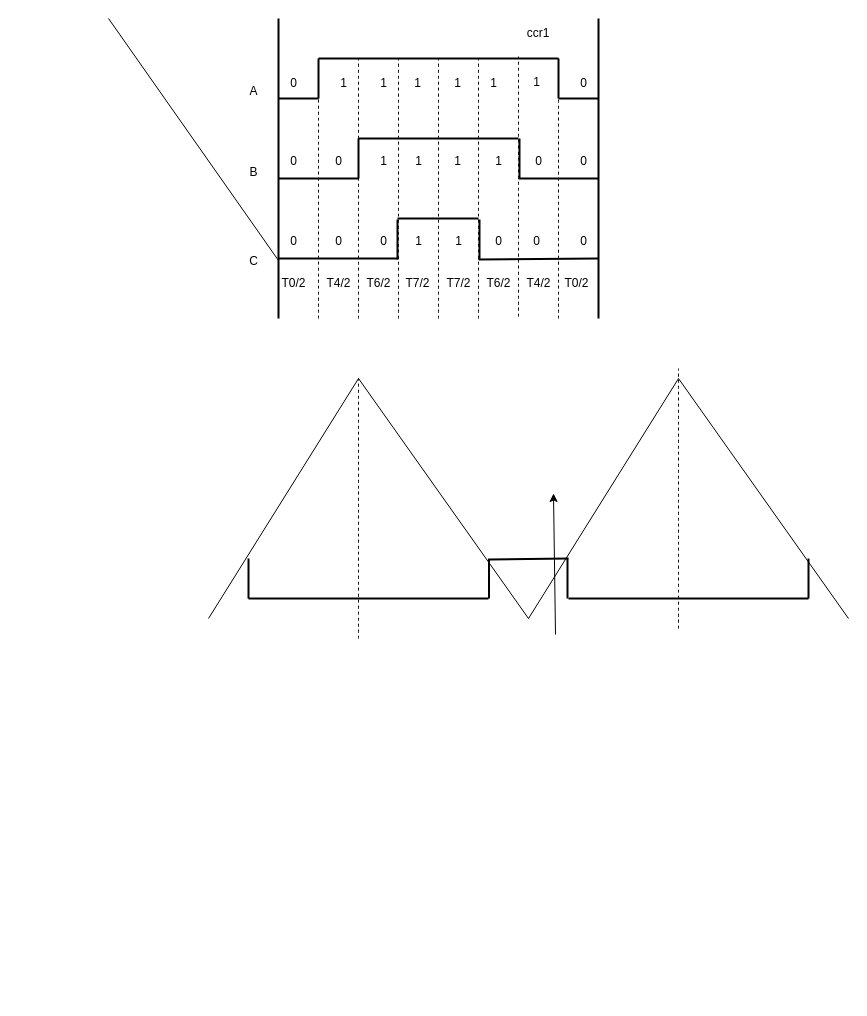
This is page "第 4 页" (4 of 4) of SVPWM 脉冲调制.drawio from Vinson-001/Blog-flow-chart, a draw.io file, before an edit. Source tidied: cells renumbered, new cells numbered last; positions are measured from the earlier drawing's top-left corner, leaving out a move shared by most shapes. Both pictures are drawn from the tidied source at 100%, with x=0, y=0 at pixel (108, 18).
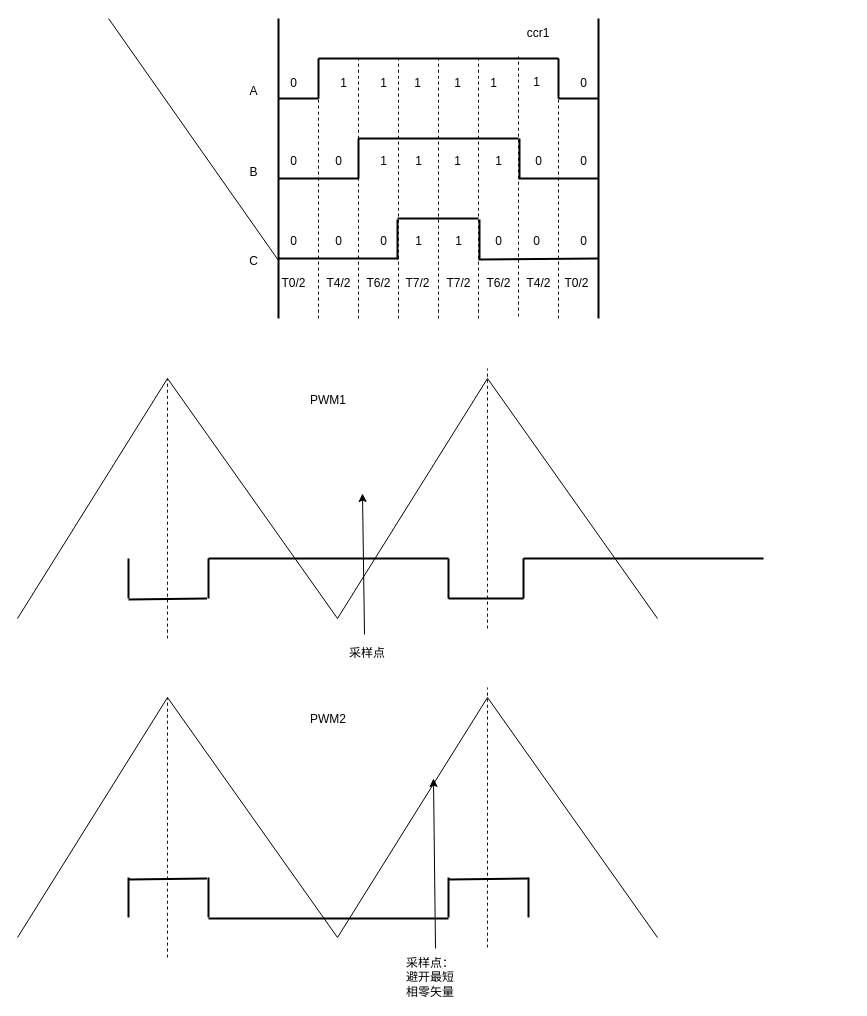
The same page after the edit.

Commit message (it also covers changes not shown here):
更新SVPWM 脉冲调制.drawio

What changed in the source:
```diff
@@
     <mxCell id="61" style="endArrow=none;html=1;rounded=0;" parent="1" edge="1">
       <mxGeometry relative="1" as="geometry">
-        <mxPoint x="100" y="600" as="sourcePoint" />
-        <mxPoint x="250" y="360" as="targetPoint" />
+        <mxPoint x="-91" y="600" as="sourcePoint" />
+        <mxPoint x="59" y="360" as="targetPoint" />
       </mxGeometry>
     </mxCell>
@@
     <mxCell id="64" style="endArrow=none;html=1;rounded=0;" parent="1" edge="1">
       <mxGeometry relative="1" as="geometry">
-        <mxPoint x="420" y="600" as="sourcePoint" />
-        <mxPoint x="250" y="360" as="targetPoint" />
+        <mxPoint x="229" y="600" as="sourcePoint" />
+        <mxPoint x="59" y="360" as="targetPoint" />
       </mxGeometry>
     </mxCell>
     <mxCell id="65" style="endArrow=none;html=1;rounded=0;curved=1;strokeWidth=2;" parent="1" edge="1">
       <mxGeometry relative="1" as="geometry">
-        <mxPoint x="140" y="580" as="sourcePoint" />
-        <mxPoint x="380" y="580" as="targetPoint" />
+        <mxPoint x="100" y="540" as="sourcePoint" />
+        <mxPoint x="340" y="540" as="targetPoint" />
       </mxGeometry>
     </mxCell>
     <mxCell id="66" style="endArrow=none;html=1;rounded=0;curved=1;strokeWidth=2;" parent="1" edge="1">
       <mxGeometry relative="1" as="geometry">
-        <mxPoint x="380.5" y="580" as="sourcePoint" />
-        <mxPoint x="380.5" y="540" as="targetPoint" />
+        <mxPoint x="100" y="580" as="sourcePoint" />
+        <mxPoint x="100" y="540" as="targetPoint" />
       </mxGeometry>
     </mxCell>
     <mxCell id="67" style="endArrow=none;html=1;rounded=0;curved=1;strokeWidth=2;" parent="1" edge="1">
       <mxGeometry relative="1" as="geometry">
-        <mxPoint x="140" y="580" as="sourcePoint" />
-        <mxPoint x="140" y="540" as="targetPoint" />
+        <mxPoint x="20" y="580" as="sourcePoint" />
+        <mxPoint x="20" y="540" as="targetPoint" />
       </mxGeometry>
     </mxCell>
     <mxCell id="68" style="endArrow=none;html=1;rounded=0;curved=1;strokeWidth=2;" parent="1" edge="1">
       <mxGeometry relative="1" as="geometry">
-        <mxPoint x="381.5" y="541" as="sourcePoint" />
-        <mxPoint x="460" y="540" as="targetPoint" />
+        <mxPoint x="20" y="581" as="sourcePoint" />
+        <mxPoint x="98.5" y="580" as="targetPoint" />
       </mxGeometry>
     </mxCell>
     <mxCell id="69" style="endArrow=none;html=1;rounded=0;" parent="1" edge="1">
       <mxGeometry relative="1" as="geometry">
-        <mxPoint x="420" y="600" as="sourcePoint" />
-        <mxPoint x="570" y="360" as="targetPoint" />
+        <mxPoint x="229" y="600" as="sourcePoint" />
+        <mxPoint x="379" y="360" as="targetPoint" />
       </mxGeometry>
     </mxCell>
     <mxCell id="70" style="endArrow=none;html=1;rounded=0;curved=1;strokeWidth=2;" parent="1" edge="1">
       <mxGeometry relative="1" as="geometry">
-        <mxPoint x="459" y="580" as="sourcePoint" />
-        <mxPoint x="459" y="540" as="targetPoint" />
+        <mxPoint x="340" y="580" as="sourcePoint" />
+        <mxPoint x="340" y="540" as="targetPoint" />
       </mxGeometry>
     </mxCell>
     <mxCell id="71" style="endArrow=none;html=1;rounded=0;" parent="1" edge="1">
       <mxGeometry relative="1" as="geometry">
-        <mxPoint x="740" y="600" as="sourcePoint" />
-        <mxPoint x="570" y="360" as="targetPoint" />
+        <mxPoint x="549" y="600" as="sourcePoint" />
+        <mxPoint x="379" y="360" as="targetPoint" />
       </mxGeometry>
     </mxCell>
     <mxCell id="72" style="endArrow=none;html=1;rounded=0;curved=1;strokeWidth=2;" parent="1" edge="1">
       <mxGeometry relative="1" as="geometry">
-        <mxPoint x="460" y="580" as="sourcePoint" />
-        <mxPoint x="700" y="580" as="targetPoint" />
+        <mxPoint x="340" y="580" as="sourcePoint" />
+        <mxPoint x="415" y="580" as="targetPoint" />
       </mxGeometry>
     </mxCell>
     <mxCell id="73" style="endArrow=none;html=1;rounded=0;curved=1;strokeWidth=2;" parent="1" edge="1">
       <mxGeometry relative="1" as="geometry">
-        <mxPoint x="700" y="580" as="sourcePoint" />
-        <mxPoint x="700" y="540" as="targetPoint" />
+        <mxPoint x="415" y="580" as="sourcePoint" />
+        <mxPoint x="415" y="540" as="targetPoint" />
       </mxGeometry>
     </mxCell>
     <mxCell id="74" style="endArrow=none;dashed=1;html=1;rounded=0;curved=1;" parent="1" edge="1">
       <mxGeometry relative="1" as="geometry">
-        <mxPoint x="250" y="620" as="sourcePoint" />
-        <mxPoint x="250" y="360" as="targetPoint" />
+        <mxPoint x="59" y="620" as="sourcePoint" />
+        <mxPoint x="59" y="360" as="targetPoint" />
       </mxGeometry>
     </mxCell>
     <mxCell id="75" style="endArrow=none;dashed=1;html=1;rounded=0;curved=1;" parent="1" edge="1">
       <mxGeometry relative="1" as="geometry">
-        <mxPoint x="570" y="610" as="sourcePoint" />
-        <mxPoint x="570" y="350" as="targetPoint" />
+        <mxPoint x="379" y="610" as="sourcePoint" />
+        <mxPoint x="379" y="350" as="targetPoint" />
       </mxGeometry>
     </mxCell>
     <mxCell id="76" style="endArrow=classic;html=1;rounded=0;" parent="1" edge="1">
       <mxGeometry relative="1" as="geometry">
-        <mxPoint x="447" y="616" as="sourcePoint" />
-        <mxPoint x="445" y="475" as="targetPoint" />
+        <mxPoint x="256" y="616" as="sourcePoint" />
+        <mxPoint x="254" y="475" as="targetPoint" />
       </mxGeometry>
     </mxCell>
+    <mxCell id="77" value="采样点" style="text;html=1;whiteSpace=wrap;strokeColor=none;fillColor=none;align=center;verticalAlign=middle;rounded=0;" parent="1" vertex="1">
+      <mxGeometry x="229" y="620" width="60" height="30" as="geometry" />
+    </mxCell>
+    <mxCell id="78" value="PWM1" style="text;html=1;whiteSpace=wrap;strokeColor=none;fillColor=none;align=center;verticalAlign=middle;rounded=0;" parent="1" vertex="1">
+      <mxGeometry x="190" y="367" width="60" height="30" as="geometry" />
+    </mxCell>
+    <mxCell id="79" style="endArrow=none;html=1;rounded=0;" parent="1" edge="1">
+      <mxGeometry relative="1" as="geometry">
+        <mxPoint x="-91" y="919" as="sourcePoint" />
+        <mxPoint x="59" y="679" as="targetPoint" />
+      </mxGeometry>
+    </mxCell>
+    <mxCell id="80" style="endArrow=none;html=1;rounded=0;" parent="1" edge="1">
+      <mxGeometry relative="1" as="geometry">
+        <mxPoint x="229" y="919" as="sourcePoint" />
+        <mxPoint x="59" y="679" as="targetPoint" />
+      </mxGeometry>
+    </mxCell>
+    <mxCell id="81" style="endArrow=none;html=1;rounded=0;curved=1;strokeWidth=2;" parent="1" edge="1">
+      <mxGeometry relative="1" as="geometry">
+        <mxPoint x="100" y="900" as="sourcePoint" />
+        <mxPoint x="340" y="900" as="targetPoint" />
+      </mxGeometry>
+    </mxCell>
+    <mxCell id="82" style="endArrow=none;html=1;rounded=0;curved=1;strokeWidth=2;" parent="1" edge="1">
+      <mxGeometry relative="1" as="geometry">
+        <mxPoint x="100" y="899" as="sourcePoint" />
+        <mxPoint x="100" y="859" as="targetPoint" />
+      </mxGeometry>
+    </mxCell>
+    <mxCell id="83" style="endArrow=none;html=1;rounded=0;curved=1;strokeWidth=2;" parent="1" edge="1">
+      <mxGeometry relative="1" as="geometry">
+        <mxPoint x="20" y="899" as="sourcePoint" />
+        <mxPoint x="20" y="859" as="targetPoint" />
+      </mxGeometry>
+    </mxCell>
+    <mxCell id="84" style="endArrow=none;html=1;rounded=0;curved=1;strokeWidth=2;" parent="1" edge="1">
+      <mxGeometry relative="1" as="geometry">
+        <mxPoint x="20" y="861" as="sourcePoint" />
+        <mxPoint x="98.5" y="860" as="targetPoint" />
+      </mxGeometry>
+    </mxCell>
+    <mxCell id="85" style="endArrow=none;html=1;rounded=0;" parent="1" edge="1">
+      <mxGeometry relative="1" as="geometry">
+        <mxPoint x="229" y="919" as="sourcePoint" />
+        <mxPoint x="379" y="679" as="targetPoint" />
+      </mxGeometry>
+    </mxCell>
+    <mxCell id="86" style="endArrow=none;html=1;rounded=0;curved=1;strokeWidth=2;" parent="1" edge="1">
+      <mxGeometry relative="1" as="geometry">
+        <mxPoint x="340" y="899" as="sourcePoint" />
+        <mxPoint x="340" y="859" as="targetPoint" />
+      </mxGeometry>
+    </mxCell>
+    <mxCell id="87" style="endArrow=none;html=1;rounded=0;" parent="1" edge="1">
+      <mxGeometry relative="1" as="geometry">
+        <mxPoint x="549" y="919" as="sourcePoint" />
+        <mxPoint x="379" y="679" as="targetPoint" />
+      </mxGeometry>
+    </mxCell>
+    <mxCell id="88" style="endArrow=none;html=1;rounded=0;curved=1;strokeWidth=2;" parent="1" edge="1">
+      <mxGeometry relative="1" as="geometry">
+        <mxPoint x="340" y="861" as="sourcePoint" />
+        <mxPoint x="420" y="860" as="targetPoint" />
+      </mxGeometry>
+    </mxCell>
+    <mxCell id="89" style="endArrow=none;html=1;rounded=0;curved=1;strokeWidth=2;" parent="1" edge="1">
+      <mxGeometry relative="1" as="geometry">
+        <mxPoint x="420" y="899" as="sourcePoint" />
+        <mxPoint x="420" y="859" as="targetPoint" />
+      </mxGeometry>
+    </mxCell>
+    <mxCell id="90" style="endArrow=none;dashed=1;html=1;rounded=0;curved=1;" parent="1" edge="1">
+      <mxGeometry relative="1" as="geometry">
+        <mxPoint x="59" y="939" as="sourcePoint" />
+        <mxPoint x="59" y="679" as="targetPoint" />
+      </mxGeometry>
+    </mxCell>
+    <mxCell id="91" style="endArrow=none;dashed=1;html=1;rounded=0;curved=1;" parent="1" edge="1">
+      <mxGeometry relative="1" as="geometry">
+        <mxPoint x="379" y="929" as="sourcePoint" />
+        <mxPoint x="379" y="669" as="targetPoint" />
+      </mxGeometry>
+    </mxCell>
+    <mxCell id="92" style="endArrow=classic;html=1;rounded=0;" parent="1" edge="1">
+      <mxGeometry relative="1" as="geometry">
+        <mxPoint x="327" y="930" as="sourcePoint" />
+        <mxPoint x="325" y="760" as="targetPoint" />
+      </mxGeometry>
+    </mxCell>
+    <mxCell id="93" value="采样点：避开最短相零矢量" style="text;html=1;whiteSpace=wrap;strokeColor=none;fillColor=none;align=center;verticalAlign=middle;rounded=0;" parent="1" vertex="1">
+      <mxGeometry x="292" y="944" width="60" height="30" as="geometry" />
+    </mxCell>
+    <mxCell id="94" value="PWM2" style="text;html=1;whiteSpace=wrap;strokeColor=none;fillColor=none;align=center;verticalAlign=middle;rounded=0;" parent="1" vertex="1">
+      <mxGeometry x="190" y="686" width="60" height="30" as="geometry" />
+    </mxCell>
+    <mxCell id="95" style="endArrow=none;html=1;rounded=0;curved=1;strokeWidth=2;" parent="1" edge="1">
+      <mxGeometry relative="1" as="geometry">
+        <mxPoint x="415" y="540" as="sourcePoint" />
+        <mxPoint x="655" y="540" as="targetPoint" />
+      </mxGeometry>
+    </mxCell>
```
